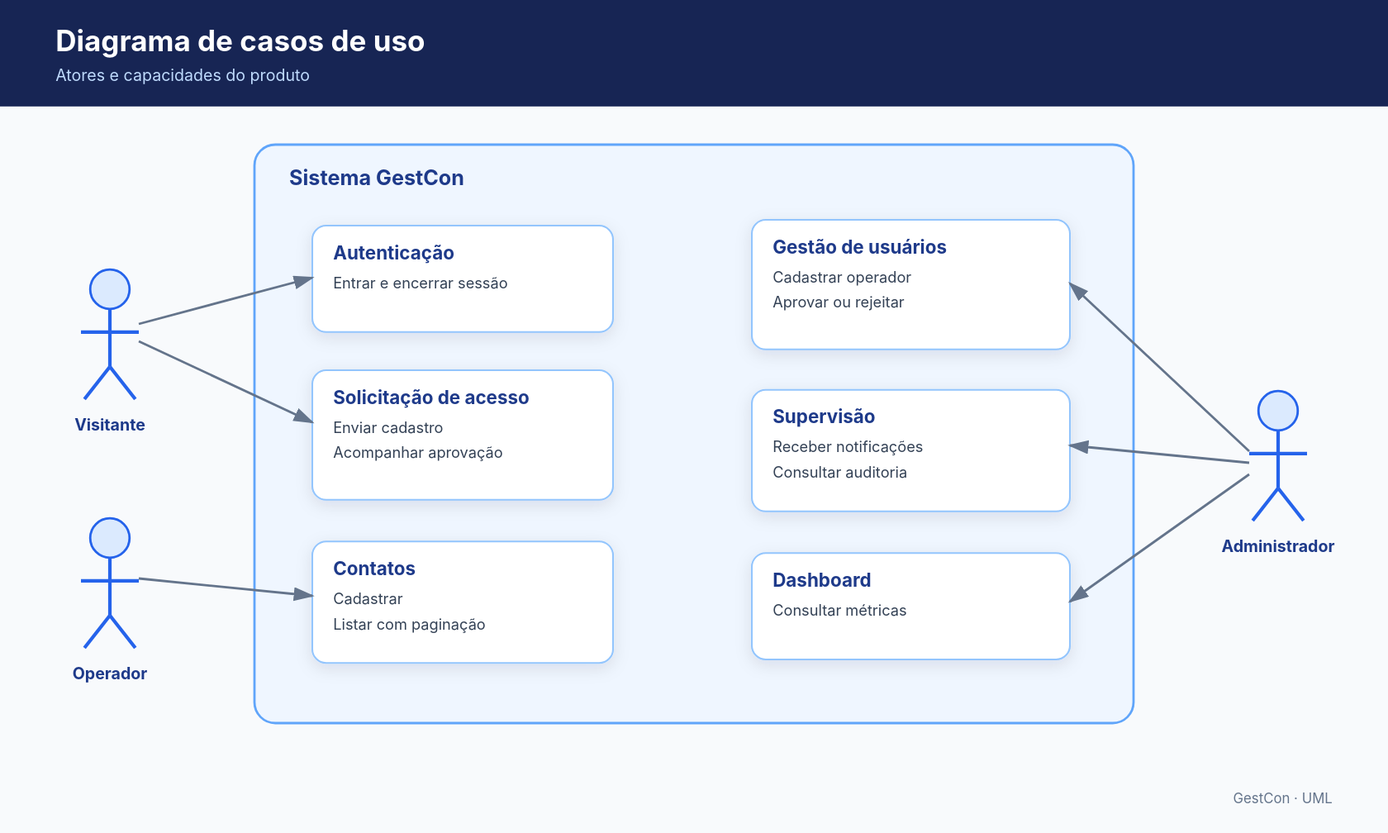
Gui-SBarbosa/Plataforma-Gestao-de-Contatos keeps this PlantUML diagram as docs/assets/uml/use-cases.svg. Above is the earlier version. Its source is kept beside it as docs/uml/use-cases.puml.
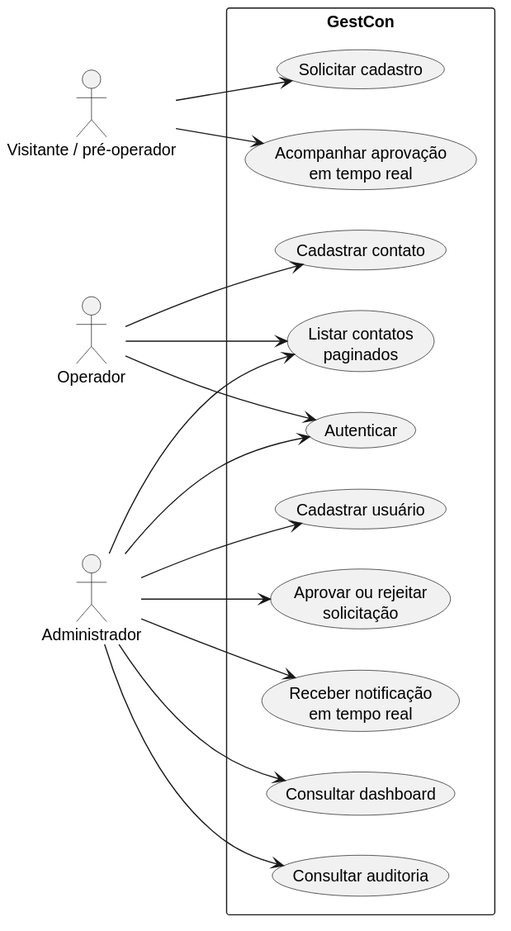
Above is the later version.

Diff of the diagram source:
```diff
@@ -1,7 +1,7 @@
 @startuml
 left to right direction
 skinparam packageStyle rectangle
-actor Visitante
+actor "Visitante / pré-operador" as Visitante
 actor Operador
 actor Administrador
 
@@ -18,7 +18,6 @@
   usecase "Consultar auditoria" as UC10
 }
 
-Visitante --> UC1
 Visitante --> UC2
 Visitante --> UC3
 Operador --> UC1
```
